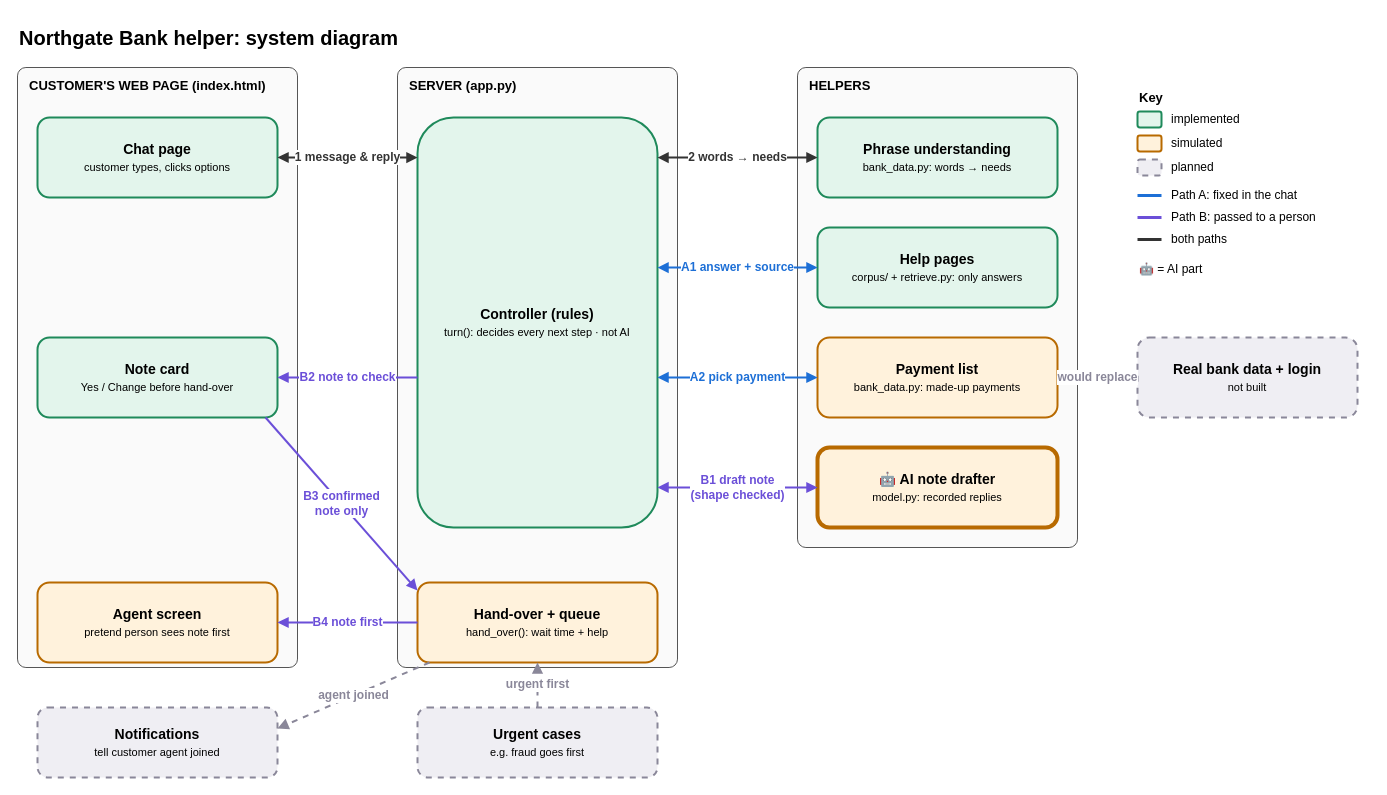
Earlier version of the draw.io diagram docs/system-diagram.drawio (jyo-11/A2_project_iis). Source tidied: cells renumbered, new cells numbered last; positions are measured from the earlier drawing's top-left corner, leaving out a move shared by most shapes. Both pictures are drawn from the tidied source at 100%, with x=0, y=0 at pixel (17, 17).
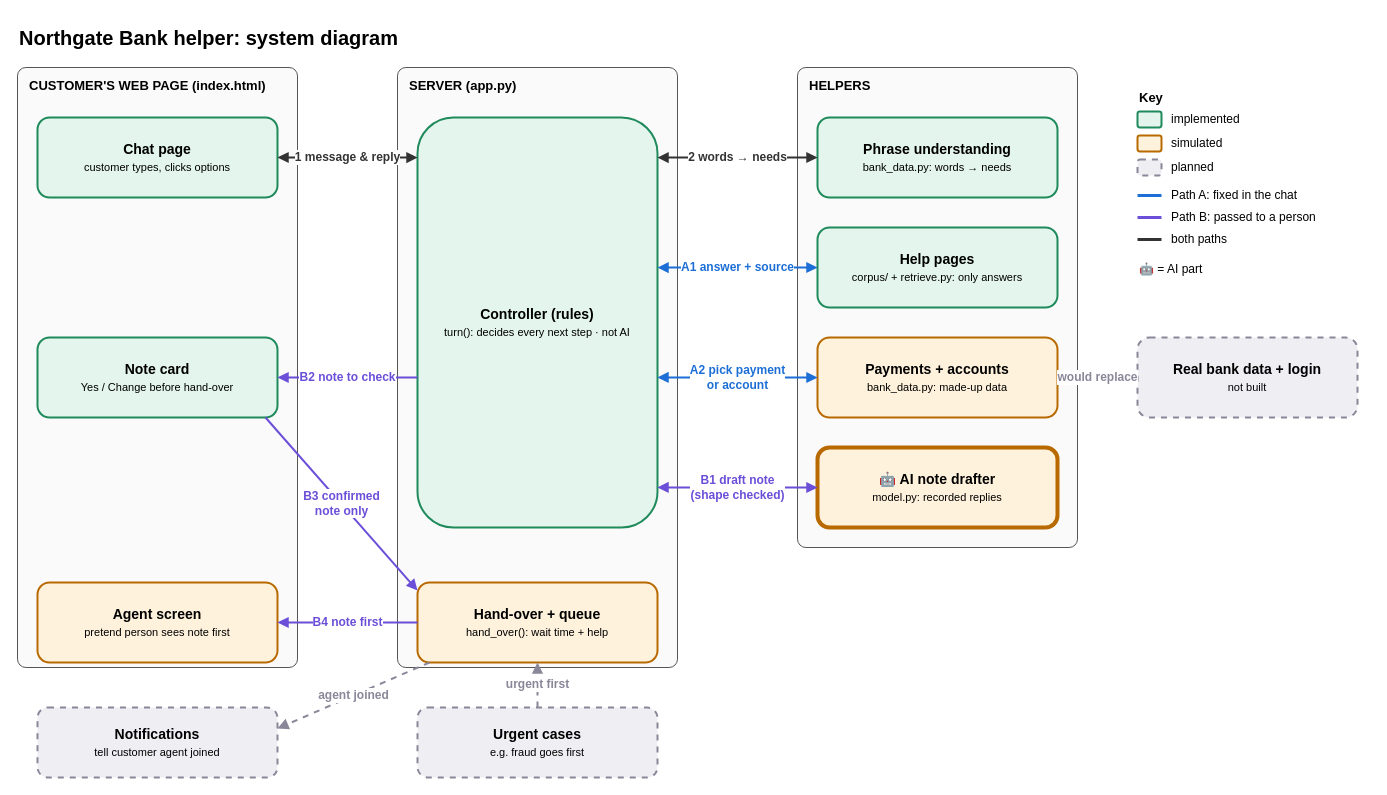
The same page after the edit.

Commit message (it also covers changes not shown here):
fromat help pages to read like a real bank chat

Unchanged cells that the change refers to:
```xml
<mxCell id="9" value="&lt;b&gt;Controller (rules)&lt;/b&gt;&lt;br&gt;&lt;font style=&quot;font-size:11px&quot;&gt;turn(): decides every next step · not AI&lt;/font&gt;" style="rounded=1;whiteSpace=wrap;html=1;fontSize=14;strokeWidth=2;fillColor=#E3F5EC;strokeColor=#1F8A5B;" parent="1" vertex="1">
  <mxGeometry x="400" y="100" width="240" height="410" as="geometry" />
</mxCell>
```

Change to the diagram source:
```diff
@@
-    <mxCell id="13" value="&lt;b&gt;Payment list&lt;/b&gt;&lt;br&gt;&lt;font style=&quot;font-size:11px&quot;&gt;bank_data.py: made-up payments&lt;/font&gt;" style="rounded=1;whiteSpace=wrap;html=1;fontSize=14;strokeWidth=2;fillColor=#FFF2DC;strokeColor=#B86A00;" parent="1" vertex="1">
+    <mxCell id="13" value="&lt;b&gt;Payments + accounts&lt;/b&gt;&lt;br&gt;&lt;font style=&quot;font-size:11px&quot;&gt;bank_data.py: made-up data&lt;/font&gt;" style="rounded=1;whiteSpace=wrap;html=1;fontSize=14;strokeWidth=2;fillColor=#FFF2DC;strokeColor=#B86A00;" parent="1" vertex="1">
       <mxGeometry x="800" y="320" width="240" height="80" as="geometry" />
     </mxCell>
@@
-    <mxCell id="21" value="A2 pick payment" style="html=1;rounded=0;endArrow=block;endFill=1;strokeWidth=2;fontStyle=1;fontSize=12;labelBackgroundColor=#FFFFFF;strokeColor=#1D6FD6;fontColor=#1D6FD6;startArrow=block;startFill=1;exitX=1;exitY=0.6341;exitDx=0;exitDy=0;entryX=0;entryY=0.5;entryDx=0;entryDy=0;" parent="1" edge="1" source="9" target="13">
+    <mxCell id="21" value="A2 pick payment&lt;br&gt;or account" style="html=1;rounded=0;endArrow=block;endFill=1;strokeWidth=2;fontStyle=1;fontSize=12;labelBackgroundColor=#FFFFFF;strokeColor=#1D6FD6;fontColor=#1D6FD6;startArrow=block;startFill=1;exitX=1;exitY=0.6341;exitDx=0;exitDy=0;entryX=0;entryY=0.5;entryDx=0;entryDy=0;" parent="1" edge="1" source="9" target="13">
       <mxGeometry relative="1" as="geometry" />
     </mxCell>
```
